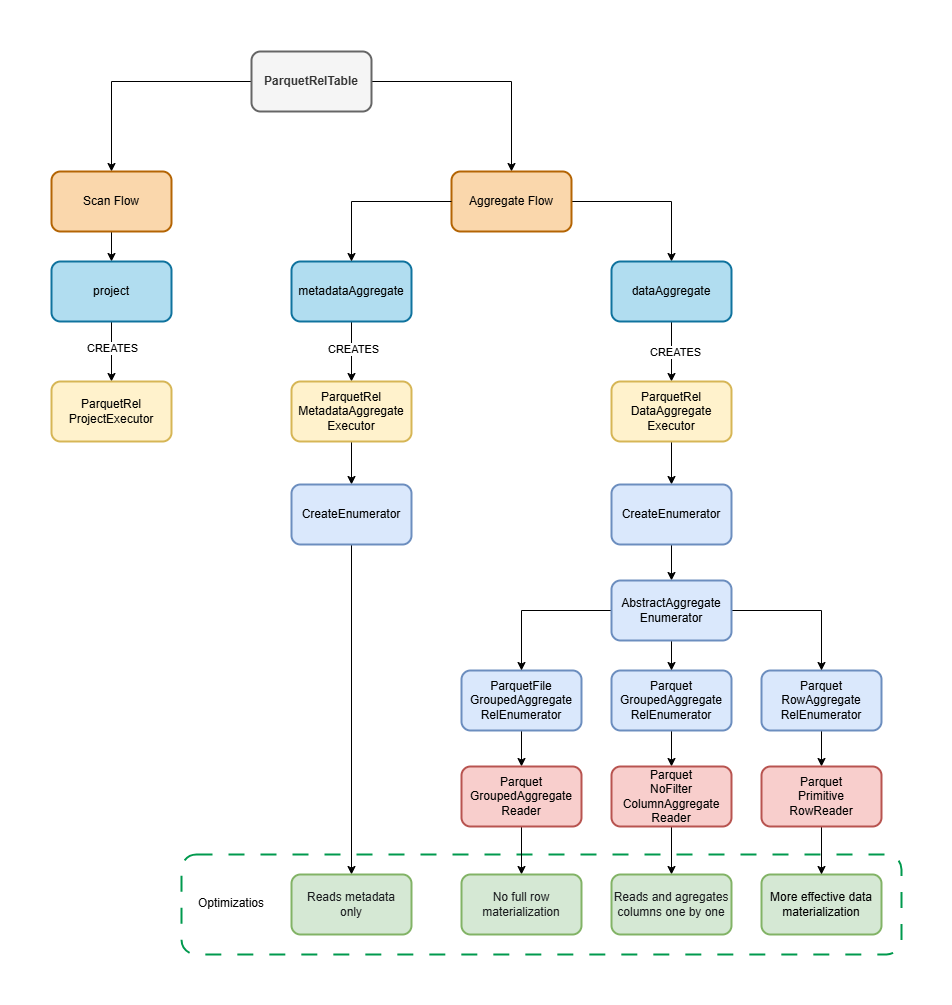
The draw.io diagram plugins/parquet-adapter/docs/images/aggregation/aggragation_flow.drawio.png in polypheny/Polypheny-DB, before a commit. Source tidied: cells renumbered, new cells last; positions are measured from the earlier drawing's top-left corner, leaving out a move shared by most shapes.
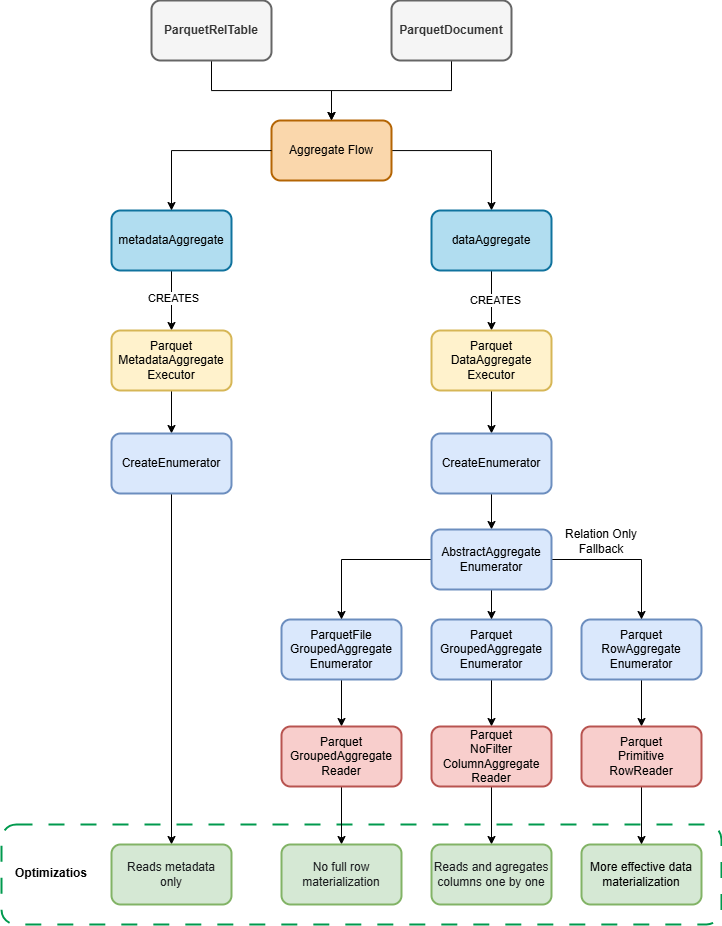
The same file after the commit.

The edit, as a diff of the source:
```diff
@@ -3,43 +3,20 @@
     <mxCell id="0" />
     <mxCell id="1" parent="0" />
     <mxCell id="2" style="rounded=1;whiteSpace=wrap;html=1;dashed=1;dashPattern=8 8;strokeColor=#00994D;strokeWidth=2;" parent="1" vertex="1">
-      <mxGeometry x="130" y="803" width="720" height="100" as="geometry" />
+      <mxGeometry x="130" y="824" width="720" height="100" as="geometry" />
     </mxCell>
-    <mxCell id="3" style="edgeStyle=orthogonalEdgeStyle;rounded=0;jettySize=auto;html=1;entryX=0.5;entryY=0;entryDx=0;entryDy=0;" parent="1" edge="1" source="5" target="7">
-      <mxGeometry relative="1" as="geometry" />
-    </mxCell>
     <mxCell id="4" style="edgeStyle=orthogonalEdgeStyle;rounded=0;jettySize=auto;html=1;entryX=0.5;entryY=0;entryDx=0;entryDy=0;" parent="1" edge="1" source="5" target="9">
       <mxGeometry relative="1" as="geometry" />
     </mxCell>
     <mxCell id="5" value="&lt;b&gt;ParquetRelTable&lt;/b&gt;" style="rounded=1;whiteSpace=wrap;html=1;strokeWidth=2;fillColor=#f5f5f5;fontColor=#333333;strokeColor=#666666;" parent="1" vertex="1">
-      <mxGeometry x="200" width="120" height="60" as="geometry" />
+      <mxGeometry x="280" width="120" height="60" as="geometry" />
     </mxCell>
-    <mxCell id="6" style="edgeStyle=orthogonalEdgeStyle;rounded=0;jettySize=auto;html=1;entryX=0.5;entryY=0;entryDx=0;entryDy=0;" parent="1" edge="1" source="7" target="12">
-      <mxGeometry relative="1" as="geometry" />
-    </mxCell>
-    <mxCell id="7" value="Scan Flow" style="rounded=1;whiteSpace=wrap;html=1;strokeWidth=2;fillColor=#fad7ac;strokeColor=#b46504;" parent="1" vertex="1">
-      <mxGeometry y="120" width="120" height="60" as="geometry" />
-    </mxCell>
     <mxCell id="8" style="edgeStyle=orthogonalEdgeStyle;rounded=0;jettySize=auto;html=1;entryX=0.5;entryY=0;entryDx=0;entryDy=0;" parent="1" edge="1" source="9" target="19">
       <mxGeometry relative="1" as="geometry" />
     </mxCell>
     <mxCell id="9" value="Aggregate Flow" style="rounded=1;whiteSpace=wrap;html=1;strokeWidth=2;fillColor=#fad7ac;strokeColor=#b46504;" parent="1" vertex="1">
       <mxGeometry x="400" y="120" width="120" height="60" as="geometry" />
     </mxCell>
-    <mxCell id="10" style="edgeStyle=orthogonalEdgeStyle;rounded=0;jettySize=auto;html=1;" parent="1" edge="1" source="12" target="13">
-      <mxGeometry relative="1" as="geometry" />
-    </mxCell>
-    <mxCell id="11" value="CREATES" style="edgeLabel;html=1;align=center;verticalAlign=middle;" parent="10" vertex="1">
-      <mxGeometry x="-0.46" relative="1" as="geometry">
-        <mxPoint y="11" as="offset" />
-      </mxGeometry>
-    </mxCell>
-    <mxCell id="12" value="project" style="rounded=1;whiteSpace=wrap;html=1;strokeWidth=2;fillColor=#b1ddf0;strokeColor=#10739e;" parent="1" vertex="1">
-      <mxGeometry y="210" width="120" height="60" as="geometry" />
-    </mxCell>
-    <mxCell id="13" value="ParquetRel&lt;div&gt;ProjectExecutor&lt;/div&gt;" style="rounded=1;whiteSpace=wrap;html=1;strokeWidth=2;fillColor=#fff2cc;strokeColor=#d6b656;" parent="1" vertex="1">
-      <mxGeometry y="330" width="120" height="60" as="geometry" />
-    </mxCell>
     <mxCell id="14" style="edgeStyle=orthogonalEdgeStyle;rounded=0;jettySize=auto;html=1;" parent="1" edge="1" source="16" target="21">
       <mxGeometry relative="1" as="geometry" />
     </mxCell>
@@ -63,13 +40,13 @@
     <mxCell id="20" style="edgeStyle=orthogonalEdgeStyle;rounded=0;jettySize=auto;html=1;" parent="1" edge="1" source="21" target="25">
       <mxGeometry relative="1" as="geometry" />
     </mxCell>
-    <mxCell id="21" value="ParquetRel&lt;div&gt;MetadataAggregate&lt;/div&gt;&lt;div&gt;Executor&lt;/div&gt;" style="rounded=1;whiteSpace=wrap;html=1;strokeWidth=2;fillColor=#fff2cc;strokeColor=#d6b656;" parent="1" vertex="1">
+    <mxCell id="21" value="Parquet&lt;div&gt;MetadataAggregate&lt;/div&gt;&lt;div&gt;Executor&lt;/div&gt;" style="rounded=1;whiteSpace=wrap;html=1;strokeWidth=2;fillColor=#fff2cc;strokeColor=#d6b656;" parent="1" vertex="1">
       <mxGeometry x="240" y="330" width="120" height="60" as="geometry" />
     </mxCell>
     <mxCell id="22" style="edgeStyle=orthogonalEdgeStyle;rounded=0;jettySize=auto;html=1;" parent="1" edge="1" source="23" target="27">
       <mxGeometry relative="1" as="geometry" />
     </mxCell>
-    <mxCell id="23" value="ParquetRel&lt;div&gt;DataAggregate&lt;/div&gt;&lt;div&gt;Executor&lt;/div&gt;" style="rounded=1;whiteSpace=wrap;html=1;strokeWidth=2;fillColor=#fff2cc;strokeColor=#d6b656;" parent="1" vertex="1">
+    <mxCell id="23" value="Parquet&lt;div&gt;DataAggregate&lt;/div&gt;&lt;div&gt;Executor&lt;/div&gt;" style="rounded=1;whiteSpace=wrap;html=1;strokeWidth=2;fillColor=#fff2cc;strokeColor=#d6b656;" parent="1" vertex="1">
       <mxGeometry x="560" y="330" width="120" height="60" as="geometry" />
     </mxCell>
     <mxCell id="24" style="edgeStyle=orthogonalEdgeStyle;rounded=0;jettySize=auto;html=1;entryX=0.5;entryY=0;entryDx=0;entryDy=0;" parent="1" edge="1" source="25" target="48">
@@ -87,47 +64,47 @@
     <mxCell id="28" style="edgeStyle=orthogonalEdgeStyle;rounded=0;jettySize=auto;html=1;" parent="1" edge="1" source="29" target="38">
       <mxGeometry relative="1" as="geometry" />
     </mxCell>
-    <mxCell id="29" value="ParquetFile&lt;div&gt;GroupedAggregate&lt;/div&gt;&lt;div&gt;RelEnumerator&lt;/div&gt;" style="rounded=1;whiteSpace=wrap;html=1;strokeWidth=2;fillColor=#dae8fc;strokeColor=#6c8ebf;" parent="1" vertex="1">
+    <mxCell id="29" value="ParquetFile&lt;div&gt;GroupedAggregate&lt;/div&gt;&lt;div&gt;Enumerator&lt;/div&gt;" style="rounded=1;whiteSpace=wrap;html=1;strokeWidth=2;fillColor=#dae8fc;strokeColor=#6c8ebf;" parent="1" vertex="1">
       <mxGeometry x="410" y="619" width="120" height="60" as="geometry" />
     </mxCell>
     <mxCell id="30" style="edgeStyle=orthogonalEdgeStyle;rounded=0;jettySize=auto;html=1;" parent="1" edge="1" source="31" target="36">
       <mxGeometry relative="1" as="geometry" />
     </mxCell>
-    <mxCell id="31" value="Parquet&lt;div&gt;Grouped&lt;span style=&quot;background-color: transparent; color: light-dark(rgb(0, 0, 0), rgb(255, 255, 255));&quot;&gt;Aggregate&lt;/span&gt;&lt;div&gt;RelEnumerator&lt;/div&gt;&lt;/div&gt;" style="rounded=1;whiteSpace=wrap;html=1;strokeWidth=2;fillColor=#dae8fc;strokeColor=#6c8ebf;" parent="1" vertex="1">
+    <mxCell id="31" value="Parquet&lt;div&gt;Grouped&lt;span style=&quot;background-color: transparent; color: light-dark(rgb(0, 0, 0), rgb(255, 255, 255));&quot;&gt;Aggregate&lt;/span&gt;&lt;div&gt;Enumerator&lt;/div&gt;&lt;/div&gt;" style="rounded=1;whiteSpace=wrap;html=1;strokeWidth=2;fillColor=#dae8fc;strokeColor=#6c8ebf;" parent="1" vertex="1">
       <mxGeometry x="560" y="619" width="120" height="60" as="geometry" />
     </mxCell>
     <mxCell id="32" style="edgeStyle=orthogonalEdgeStyle;rounded=0;jettySize=auto;html=1;entryX=0.5;entryY=0;entryDx=0;entryDy=0;" parent="1" edge="1" source="33" target="40">
       <mxGeometry relative="1" as="geometry" />
     </mxCell>
-    <mxCell id="33" value="Parquet&lt;div&gt;Row&lt;span style=&quot;background-color: transparent; color: light-dark(rgb(0, 0, 0), rgb(255, 255, 255));&quot;&gt;Aggregate&lt;/span&gt;&lt;div&gt;RelEnumerator&lt;/div&gt;&lt;/div&gt;" style="rounded=1;whiteSpace=wrap;html=1;strokeWidth=2;fillColor=#dae8fc;strokeColor=#6c8ebf;" parent="1" vertex="1">
+    <mxCell id="33" value="Parquet&lt;div&gt;Row&lt;span style=&quot;background-color: transparent; color: light-dark(rgb(0, 0, 0), rgb(255, 255, 255));&quot;&gt;Aggregate&lt;/span&gt;&lt;div&gt;Enumerator&lt;/div&gt;&lt;/div&gt;" style="rounded=1;whiteSpace=wrap;html=1;strokeWidth=2;fillColor=#dae8fc;strokeColor=#6c8ebf;" parent="1" vertex="1">
       <mxGeometry x="710" y="619" width="120" height="60" as="geometry" />
     </mxCell>
     <mxCell id="34" value="&lt;div&gt;More effective data materialization&lt;/div&gt;" style="rounded=1;whiteSpace=wrap;html=1;strokeWidth=2;fillColor=#d5e8d4;strokeColor=#82b366;" parent="1" vertex="1">
-      <mxGeometry x="710" y="823" width="120" height="60" as="geometry" />
+      <mxGeometry x="710" y="844" width="120" height="60" as="geometry" />
     </mxCell>
     <mxCell id="35" style="edgeStyle=orthogonalEdgeStyle;rounded=0;jettySize=auto;html=1;entryX=0.5;entryY=0;entryDx=0;entryDy=0;" parent="1" edge="1" source="36" target="41">
       <mxGeometry relative="1" as="geometry" />
     </mxCell>
     <mxCell id="36" value="Parquet&lt;div&gt;NoFilter&lt;/div&gt;&lt;div&gt;ColumnAggregate&lt;/div&gt;&lt;div&gt;Reader&lt;/div&gt;" style="rounded=1;whiteSpace=wrap;html=1;strokeWidth=2;fillColor=#f8cecc;strokeColor=#b85450;" parent="1" vertex="1">
-      <mxGeometry x="560" y="715" width="120" height="60" as="geometry" />
+      <mxGeometry x="560" y="726" width="120" height="60" as="geometry" />
     </mxCell>
     <mxCell id="37" style="edgeStyle=orthogonalEdgeStyle;rounded=0;jettySize=auto;html=1;" parent="1" edge="1" source="38" target="42">
       <mxGeometry relative="1" as="geometry" />
     </mxCell>
     <mxCell id="38" value="Parquet&lt;div&gt;GroupedAggregate&lt;/div&gt;&lt;div&gt;Reader&lt;/div&gt;" style="rounded=1;whiteSpace=wrap;html=1;strokeWidth=2;fillColor=#f8cecc;strokeColor=#b85450;" parent="1" vertex="1">
-      <mxGeometry x="410" y="715" width="120" height="60" as="geometry" />
+      <mxGeometry x="410" y="726" width="120" height="60" as="geometry" />
     </mxCell>
     <mxCell id="39" style="edgeStyle=orthogonalEdgeStyle;rounded=0;jettySize=auto;html=1;" parent="1" edge="1" source="40" target="34">
       <mxGeometry relative="1" as="geometry" />
     </mxCell>
     <mxCell id="40" value="Parquet&lt;div&gt;Primitive&lt;/div&gt;&lt;div&gt;RowReader&lt;/div&gt;" style="rounded=1;whiteSpace=wrap;html=1;strokeWidth=2;fillColor=#f8cecc;strokeColor=#b85450;" parent="1" vertex="1">
-      <mxGeometry x="710" y="715" width="120" height="60" as="geometry" />
+      <mxGeometry x="710" y="726" width="120" height="60" as="geometry" />
     </mxCell>
     <mxCell id="41" value="&lt;span style=&quot;color: rgb(26, 28, 31); text-align: start;&quot;&gt;&lt;font face=&quot;Helvetica&quot;&gt;Reads and agregates columns one by one&lt;/font&gt;&lt;br&gt;&lt;/span&gt;" style="rounded=1;whiteSpace=wrap;html=1;strokeWidth=2;fillColor=#d5e8d4;strokeColor=#82b366;" parent="1" vertex="1">
-      <mxGeometry x="560" y="823" width="120" height="60" as="geometry" />
+      <mxGeometry x="560" y="844" width="120" height="60" as="geometry" />
     </mxCell>
     <mxCell id="42" value="&lt;span class=&quot;font-semibold&quot; style=&quot;box-sizing: border-box; border: 0px solid; margin: 0px; padding: 0px; --tw-font-weight: 600; color: rgb(26, 28, 31); text-align: start;&quot;&gt;&lt;font style=&quot;&quot;&gt;No full row materialization&lt;/font&gt;&lt;/span&gt;" style="rounded=1;whiteSpace=wrap;html=1;strokeWidth=2;fillColor=#d5e8d4;strokeColor=#82b366;" parent="1" vertex="1">
-      <mxGeometry x="410" y="823" width="120" height="60" as="geometry" />
+      <mxGeometry x="410" y="844" width="120" height="60" as="geometry" />
     </mxCell>
     <mxCell id="43" style="edgeStyle=orthogonalEdgeStyle;rounded=0;jettySize=auto;html=1;entryX=0.5;entryY=0;entryDx=0;entryDy=0;" parent="1" edge="1" source="46" target="29">
       <mxGeometry relative="1" as="geometry" />
@@ -145,10 +122,19 @@
       <mxGeometry relative="1" as="geometry" />
     </mxCell>
     <mxCell id="48" value="&lt;span class=&quot;font-semibold&quot; style=&quot;box-sizing: border-box; border: 0px solid; margin: 0px; padding: 0px; --tw-font-weight: 600; color: rgb(26, 28, 31); text-align: start;&quot;&gt;&lt;font style=&quot;&quot;&gt;Reads metadata&lt;/font&gt;&lt;/span&gt;&lt;div&gt;&lt;span class=&quot;font-semibold&quot; style=&quot;box-sizing: border-box; border: 0px solid; margin: 0px; padding: 0px; --tw-font-weight: 600; color: rgb(26, 28, 31); text-align: start;&quot;&gt;&lt;font style=&quot;&quot;&gt;only&lt;/font&gt;&lt;/span&gt;&lt;/div&gt;" style="rounded=1;whiteSpace=wrap;html=1;strokeWidth=2;fillColor=#d5e8d4;strokeColor=#82b366;" parent="1" vertex="1">
-      <mxGeometry x="240" y="823" width="120" height="60" as="geometry" />
+      <mxGeometry x="240" y="844" width="120" height="60" as="geometry" />
     </mxCell>
-    <mxCell id="49" value="Optimizatios" style="text;html=1;whiteSpace=wrap;strokeColor=none;fillColor=none;align=center;verticalAlign=middle;rounded=0;" parent="1" vertex="1">
-      <mxGeometry x="150" y="837" width="60" height="30" as="geometry" />
+    <mxCell id="49" value="&lt;b&gt;Optimizatios&lt;/b&gt;" style="text;html=1;whiteSpace=wrap;strokeColor=none;fillColor=none;align=center;verticalAlign=middle;rounded=0;" parent="1" vertex="1">
+      <mxGeometry x="150" y="858" width="60" height="30" as="geometry" />
     </mxCell>
+    <mxCell id="50" style="edgeStyle=orthogonalEdgeStyle;rounded=0;jettySize=auto;html=1;entryX=0.5;entryY=0;entryDx=0;entryDy=0;" parent="1" edge="1" source="51" target="9">
+      <mxGeometry relative="1" as="geometry" />
+    </mxCell>
+    <mxCell id="51" value="&lt;b&gt;ParquetDocument&lt;/b&gt;" style="rounded=1;whiteSpace=wrap;html=1;strokeWidth=2;fillColor=#f5f5f5;fontColor=#333333;strokeColor=#666666;" parent="1" vertex="1">
+      <mxGeometry x="520" width="120" height="60" as="geometry" />
+    </mxCell>
+    <mxCell id="52" value="Relation Only Fallback" style="text;html=1;whiteSpace=wrap;strokeColor=none;fillColor=none;align=center;verticalAlign=middle;rounded=0;" parent="1" vertex="1">
+      <mxGeometry x="680" y="526" width="100" height="30" as="geometry" />
+    </mxCell>
   </root>
 </mxGraphModel>
```
